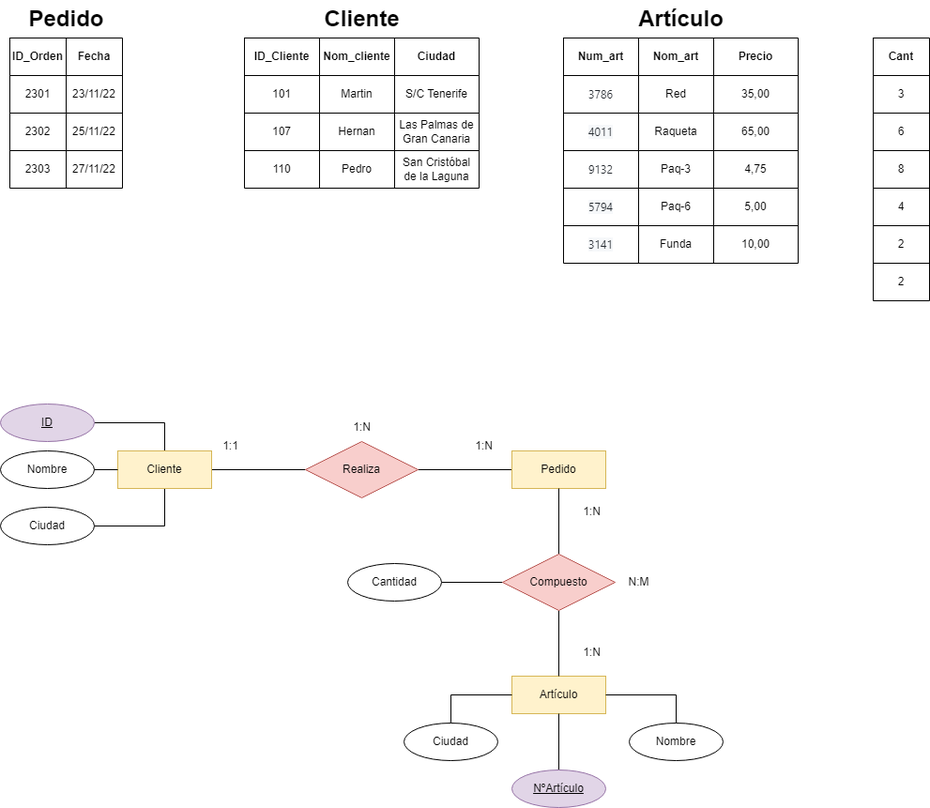
Above: TAREAS/Tarea16/IMG/Normalización5.drawio.png in samugd17/base-datos-bae- (draw.io), before the change. Source tidied: cells renumbered, new cells last; positions are measured from the earlier drawing's top-left corner, leaving out a move shared by most shapes.
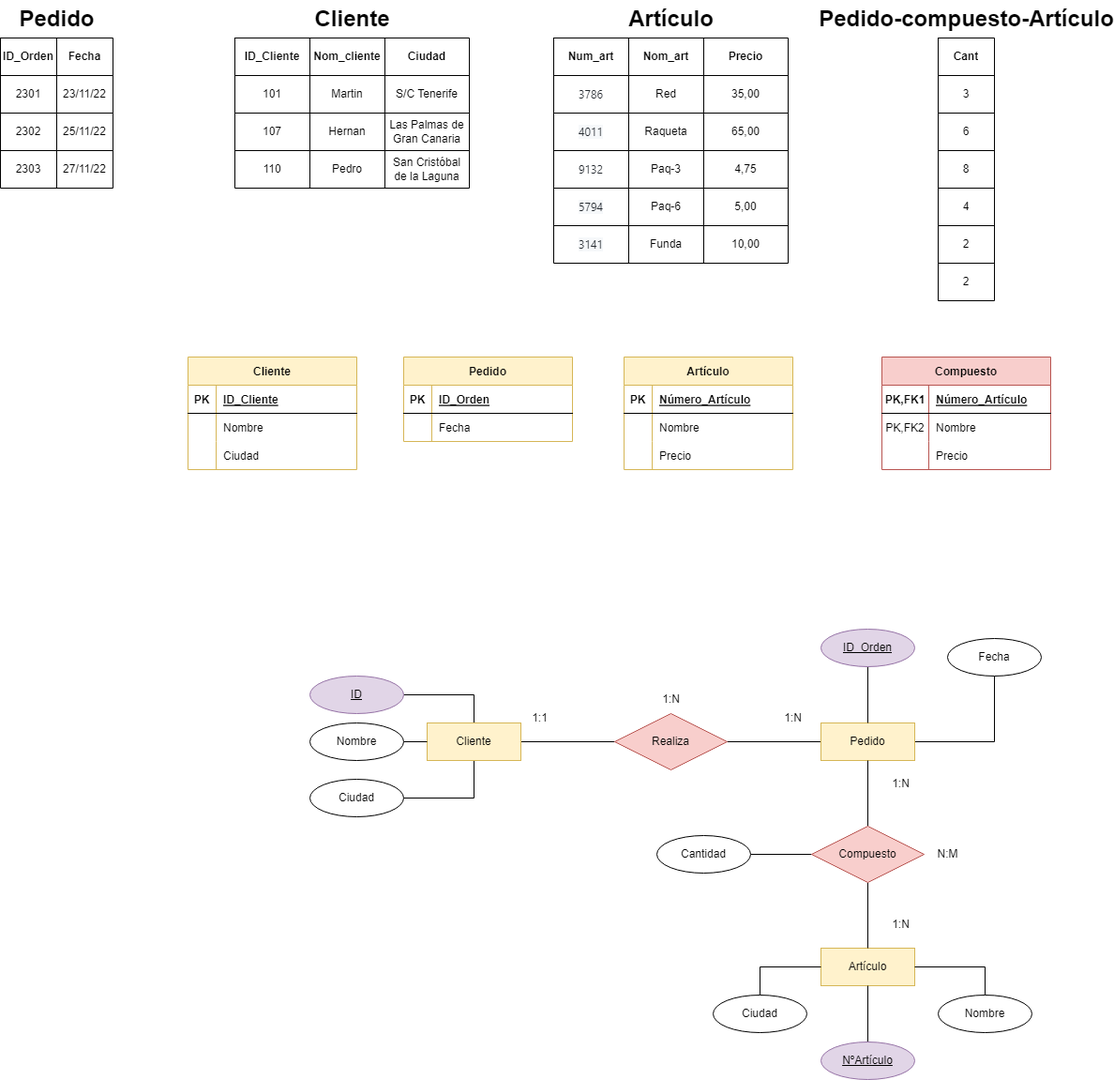
After the change.

Diff of the diagram source:
```diff
@@ -3,16 +3,16 @@
     <mxCell id="0" />
     <mxCell id="1" parent="0" />
     <mxCell id="2" value="Artículo" style="text;strokeColor=none;fillColor=none;html=1;fontSize=24;fontStyle=1;verticalAlign=middle;align=center;" parent="1" vertex="1">
-      <mxGeometry x="675" width="100" height="40" as="geometry" />
+      <mxGeometry x="335" y="-290" width="100" height="40" as="geometry" />
     </mxCell>
     <mxCell id="3" value="Pedido" style="text;strokeColor=none;fillColor=none;html=1;fontSize=24;fontStyle=1;verticalAlign=middle;align=center;" parent="1" vertex="1">
-      <mxGeometry x="20" width="100" height="40" as="geometry" />
+      <mxGeometry x="-320" y="-290" width="100" height="40" as="geometry" />
     </mxCell>
     <mxCell id="4" value="Cliente" style="text;strokeColor=none;fillColor=none;html=1;fontSize=24;fontStyle=1;verticalAlign=middle;align=center;" parent="1" vertex="1">
-      <mxGeometry x="335" width="100" height="40" as="geometry" />
+      <mxGeometry x="-5" y="-290" width="100" height="40" as="geometry" />
     </mxCell>
     <mxCell id="5" style="shape=table;html=1;whiteSpace=wrap;startSize=0;" parent="1" vertex="1">
-      <mxGeometry x="10" y="40" width="120" height="160" as="geometry" />
+      <mxGeometry x="-330" y="-250" width="120" height="160" as="geometry" />
     </mxCell>
     <mxCell id="6" style="shape=tableRow;horizontal=0;startSize=0;swimlaneHead=0;swimlaneBody=0;top=0;left=0;bottom=0;right=0;fillColor=none;" parent="5" vertex="1">
       <mxGeometry width="120" height="40" as="geometry" />
@@ -51,7 +51,7 @@
       <mxGeometry x="60" width="60" height="40" as="geometry" />
     </mxCell>
     <mxCell id="18" style="shape=table;html=1;whiteSpace=wrap;startSize=0;" parent="1" vertex="1">
-      <mxGeometry x="260" y="40" width="250" height="160" as="geometry" />
+      <mxGeometry x="-80" y="-250" width="250" height="160" as="geometry" />
     </mxCell>
     <mxCell id="19" style="shape=tableRow;horizontal=0;startSize=0;swimlaneHead=0;swimlaneBody=0;top=0;left=0;bottom=0;right=0;fillColor=none;" parent="18" vertex="1">
       <mxGeometry width="250" height="40" as="geometry" />
@@ -102,7 +102,7 @@
       <mxGeometry x="160" width="90" height="40" as="geometry" />
     </mxCell>
     <mxCell id="35" style="shape=table;html=1;whiteSpace=wrap;startSize=0;" parent="1" vertex="1">
-      <mxGeometry x="600" y="40" width="250" height="240" as="geometry" />
+      <mxGeometry x="260" y="-250" width="250" height="240" as="geometry" />
     </mxCell>
     <mxCell id="36" style="shape=tableRow;horizontal=0;startSize=0;swimlaneHead=0;swimlaneBody=0;top=0;left=0;bottom=0;right=0;fillColor=none;" parent="35" vertex="1">
       <mxGeometry width="250" height="40" as="geometry" />
@@ -197,6 +197,9 @@
     <mxCell id="66" value="Realiza" style="shape=rhombus;perimeter=rhombusPerimeter;whiteSpace=wrap;html=1;align=center;fillColor=#f8cecc;strokeColor=#b85450;" parent="1" vertex="1">
       <mxGeometry x="325" y="470" width="120" height="60" as="geometry" />
     </mxCell>
+    <mxCell id="104" style="edgeStyle=orthogonalEdgeStyle;rounded=0;jettySize=auto;html=1;entryX=0.5;entryY=1;entryDx=0;entryDy=0;fontSize=12;endArrow=none;endFill=0;" parent="1" edge="1" source="67" target="145">
+      <mxGeometry relative="1" as="geometry" />
+    </mxCell>
     <mxCell id="67" value="Pedido" style="whiteSpace=wrap;html=1;align=center;fillColor=#fff2cc;strokeColor=#d6b656;" parent="1" vertex="1">
       <mxGeometry x="545" y="480" width="100" height="40" as="geometry" />
     </mxCell>
@@ -207,7 +210,7 @@
       <mxGeometry x="370" y="600" width="100" height="40" as="geometry" />
     </mxCell>
     <mxCell id="70" style="shape=table;html=1;whiteSpace=wrap;startSize=0;" parent="1" vertex="1">
-      <mxGeometry x="930" y="40" width="60" height="280" as="geometry" />
+      <mxGeometry x="670" y="-250" width="60" height="280" as="geometry" />
     </mxCell>
     <mxCell id="71" style="shape=tableRow;horizontal=0;startSize=0;swimlaneHead=0;swimlaneBody=0;top=0;left=0;bottom=0;right=0;fillColor=none;" parent="70" vertex="1">
       <mxGeometry width="60" height="40" as="geometry" />
@@ -308,5 +311,128 @@
     <mxCell id="103" value="1:N" style="text;html=1;align=center;verticalAlign=middle;strokeColor=none;fillColor=none;fontSize=12;" parent="1" vertex="1">
       <mxGeometry x="365" y="440" width="40" height="30" as="geometry" />
     </mxCell>
+    <mxCell id="105" value="Pedido-compuesto-Artículo" style="text;strokeColor=none;fillColor=none;html=1;fontSize=24;fontStyle=1;verticalAlign=middle;align=center;" parent="1" vertex="1">
+      <mxGeometry x="650" y="-290" width="100" height="40" as="geometry" />
+    </mxCell>
+    <mxCell id="106" value="Cliente" style="shape=table;startSize=30;rowLines=0;fontStyle=1;align=center;fontSize=12;fillColor=#fff2cc;strokeColor=#d6b656;" parent="1" vertex="1">
+      <mxGeometry x="-130" y="90" width="180" height="120" as="geometry" />
+    </mxCell>
+    <mxCell id="107" style="shape=tableRow;horizontal=0;startSize=0;swimlaneHead=0;swimlaneBody=0;fillColor=none;top=0;left=0;right=0;bottom=1;fontSize=12;" parent="106" vertex="1">
+      <mxGeometry y="30" width="180" height="30" as="geometry" />
+    </mxCell>
+    <mxCell id="108" value="PK" style="shape=partialRectangle;fillColor=none;top=0;left=0;bottom=0;right=0;fontStyle=1;overflow=hidden;fontSize=12;" parent="107" vertex="1">
+      <mxGeometry width="30" height="30" as="geometry" />
+    </mxCell>
+    <mxCell id="109" value="ID_Cliente" style="shape=partialRectangle;fillColor=none;top=0;left=0;bottom=0;right=0;align=left;spacingLeft=6;fontStyle=5;overflow=hidden;fontSize=12;" parent="107" vertex="1">
+      <mxGeometry x="30" width="150" height="30" as="geometry" />
+    </mxCell>
+    <mxCell id="110" style="shape=tableRow;horizontal=0;startSize=0;swimlaneHead=0;swimlaneBody=0;fillColor=none;top=0;left=0;right=0;bottom=0;fontSize=12;" parent="106" vertex="1">
+      <mxGeometry y="60" width="180" height="30" as="geometry" />
+    </mxCell>
+    <mxCell id="111" style="shape=partialRectangle;fillColor=none;top=0;left=0;bottom=0;right=0;overflow=hidden;fontSize=12;" parent="110" vertex="1">
+      <mxGeometry width="30" height="30" as="geometry" />
+    </mxCell>
+    <mxCell id="112" value="Nombre" style="shape=partialRectangle;fillColor=none;top=0;left=0;bottom=0;right=0;align=left;spacingLeft=6;overflow=hidden;fontSize=12;" parent="110" vertex="1">
+      <mxGeometry x="30" width="150" height="30" as="geometry" />
+    </mxCell>
+    <mxCell id="113" style="shape=tableRow;horizontal=0;startSize=0;swimlaneHead=0;swimlaneBody=0;fillColor=none;top=0;left=0;right=0;bottom=0;fontSize=12;" parent="106" vertex="1">
+      <mxGeometry y="90" width="180" height="30" as="geometry" />
+    </mxCell>
+    <mxCell id="114" style="shape=partialRectangle;fillColor=none;top=0;left=0;bottom=0;right=0;overflow=hidden;fontSize=12;" parent="113" vertex="1">
+      <mxGeometry width="30" height="30" as="geometry" />
+    </mxCell>
+    <mxCell id="115" value="Ciudad" style="shape=partialRectangle;fillColor=none;top=0;left=0;bottom=0;right=0;align=left;spacingLeft=6;overflow=hidden;fontSize=12;" parent="113" vertex="1">
+      <mxGeometry x="30" width="150" height="30" as="geometry" />
+    </mxCell>
+    <mxCell id="116" value="Pedido" style="shape=table;startSize=30;rowLines=0;fontStyle=1;align=center;fontSize=12;fillColor=#fff2cc;strokeColor=#d6b656;" parent="1" vertex="1">
+      <mxGeometry x="100" y="90" width="180" height="90" as="geometry" />
+    </mxCell>
+    <mxCell id="117" style="shape=tableRow;horizontal=0;startSize=0;swimlaneHead=0;swimlaneBody=0;fillColor=none;top=0;left=0;right=0;bottom=1;fontSize=12;" parent="116" vertex="1">
+      <mxGeometry y="30" width="180" height="30" as="geometry" />
+    </mxCell>
+    <mxCell id="118" value="PK" style="shape=partialRectangle;fillColor=none;top=0;left=0;bottom=0;right=0;fontStyle=1;overflow=hidden;fontSize=12;" parent="117" vertex="1">
+      <mxGeometry width="30" height="30" as="geometry" />
+    </mxCell>
+    <mxCell id="119" value="ID_Orden" style="shape=partialRectangle;fillColor=none;top=0;left=0;bottom=0;right=0;align=left;spacingLeft=6;fontStyle=5;overflow=hidden;fontSize=12;" parent="117" vertex="1">
+      <mxGeometry x="30" width="150" height="30" as="geometry" />
+    </mxCell>
+    <mxCell id="120" style="shape=tableRow;horizontal=0;startSize=0;swimlaneHead=0;swimlaneBody=0;fillColor=none;top=0;left=0;right=0;bottom=0;fontSize=12;" parent="116" vertex="1">
+      <mxGeometry y="60" width="180" height="30" as="geometry" />
+    </mxCell>
+    <mxCell id="121" style="shape=partialRectangle;fillColor=none;top=0;left=0;bottom=0;right=0;overflow=hidden;fontSize=12;" parent="120" vertex="1">
+      <mxGeometry width="30" height="30" as="geometry" />
+    </mxCell>
+    <mxCell id="122" value="Fecha" style="shape=partialRectangle;fillColor=none;top=0;left=0;bottom=0;right=0;align=left;spacingLeft=6;overflow=hidden;fontSize=12;" parent="120" vertex="1">
+      <mxGeometry x="30" width="150" height="30" as="geometry" />
+    </mxCell>
+    <mxCell id="123" value="Artículo" style="shape=table;startSize=30;rowLines=0;fontStyle=1;align=center;fontSize=12;fillColor=#fff2cc;strokeColor=#d6b656;" parent="1" vertex="1">
+      <mxGeometry x="335" y="90" width="180" height="120" as="geometry" />
+    </mxCell>
+    <mxCell id="124" style="shape=tableRow;horizontal=0;startSize=0;swimlaneHead=0;swimlaneBody=0;fillColor=none;top=0;left=0;right=0;bottom=1;fontSize=12;" parent="123" vertex="1">
+      <mxGeometry y="30" width="180" height="30" as="geometry" />
+    </mxCell>
+    <mxCell id="125" value="PK" style="shape=partialRectangle;fillColor=none;top=0;left=0;bottom=0;right=0;fontStyle=1;overflow=hidden;fontSize=12;" parent="124" vertex="1">
+      <mxGeometry width="30" height="30" as="geometry" />
+    </mxCell>
+    <mxCell id="126" value="Número_Artículo" style="shape=partialRectangle;fillColor=none;top=0;left=0;bottom=0;right=0;align=left;spacingLeft=6;fontStyle=5;overflow=hidden;fontSize=12;" parent="124" vertex="1">
+      <mxGeometry x="30" width="150" height="30" as="geometry" />
+    </mxCell>
+    <mxCell id="127" style="shape=tableRow;horizontal=0;startSize=0;swimlaneHead=0;swimlaneBody=0;fillColor=none;top=0;left=0;right=0;bottom=0;fontSize=12;" parent="123" vertex="1">
+      <mxGeometry y="60" width="180" height="30" as="geometry" />
+    </mxCell>
+    <mxCell id="128" style="shape=partialRectangle;fillColor=none;top=0;left=0;bottom=0;right=0;overflow=hidden;fontSize=12;" parent="127" vertex="1">
+      <mxGeometry width="30" height="30" as="geometry" />
+    </mxCell>
+    <mxCell id="129" value="Nombre" style="shape=partialRectangle;fillColor=none;top=0;left=0;bottom=0;right=0;align=left;spacingLeft=6;overflow=hidden;fontSize=12;" parent="127" vertex="1">
+      <mxGeometry x="30" width="150" height="30" as="geometry" />
+    </mxCell>
+    <mxCell id="130" style="shape=tableRow;horizontal=0;startSize=0;swimlaneHead=0;swimlaneBody=0;fillColor=none;top=0;left=0;right=0;bottom=0;fontSize=12;" parent="123" vertex="1">
+      <mxGeometry y="90" width="180" height="30" as="geometry" />
+    </mxCell>
+    <mxCell id="131" style="shape=partialRectangle;fillColor=none;top=0;left=0;bottom=0;right=0;overflow=hidden;fontSize=12;" parent="130" vertex="1">
+      <mxGeometry width="30" height="30" as="geometry" />
+    </mxCell>
+    <mxCell id="132" value="Precio" style="shape=partialRectangle;fillColor=none;top=0;left=0;bottom=0;right=0;align=left;spacingLeft=6;overflow=hidden;fontSize=12;" parent="130" vertex="1">
+      <mxGeometry x="30" width="150" height="30" as="geometry" />
+    </mxCell>
+    <mxCell id="133" value="Compuesto" style="shape=table;startSize=30;rowLines=0;fontStyle=1;align=center;fontSize=12;fillColor=#f8cecc;strokeColor=#b85450;" parent="1" vertex="1">
+      <mxGeometry x="610" y="90" width="180" height="120" as="geometry" />
+    </mxCell>
+    <mxCell id="134" style="shape=tableRow;horizontal=0;startSize=0;swimlaneHead=0;swimlaneBody=0;fillColor=none;top=0;left=0;right=0;bottom=1;fontSize=12;" parent="133" vertex="1">
+      <mxGeometry y="30" width="180" height="30" as="geometry" />
+    </mxCell>
+    <mxCell id="135" value="PK,FK1" style="shape=partialRectangle;fillColor=none;top=0;left=0;bottom=0;right=0;fontStyle=1;overflow=hidden;fontSize=12;" parent="134" vertex="1">
+      <mxGeometry width="50" height="30" as="geometry" />
+    </mxCell>
+    <mxCell id="136" value="Número_Artículo" style="shape=partialRectangle;fillColor=none;top=0;left=0;bottom=0;right=0;align=left;spacingLeft=6;fontStyle=5;overflow=hidden;fontSize=12;" parent="134" vertex="1">
+      <mxGeometry x="50" width="130" height="30" as="geometry" />
+    </mxCell>
+    <mxCell id="137" style="shape=tableRow;horizontal=0;startSize=0;swimlaneHead=0;swimlaneBody=0;fillColor=none;top=0;left=0;right=0;bottom=0;fontSize=12;" parent="133" vertex="1">
+      <mxGeometry y="60" width="180" height="30" as="geometry" />
+    </mxCell>
+    <mxCell id="138" value="PK,FK2" style="shape=partialRectangle;fillColor=none;top=0;left=0;bottom=0;right=0;overflow=hidden;fontSize=12;" parent="137" vertex="1">
+      <mxGeometry width="50" height="30" as="geometry" />
+    </mxCell>
+    <mxCell id="139" value="Nombre" style="shape=partialRectangle;fillColor=none;top=0;left=0;bottom=0;right=0;align=left;spacingLeft=6;overflow=hidden;fontSize=12;" parent="137" vertex="1">
+      <mxGeometry x="50" width="130" height="30" as="geometry" />
+    </mxCell>
+    <mxCell id="140" style="shape=tableRow;horizontal=0;startSize=0;swimlaneHead=0;swimlaneBody=0;fillColor=none;top=0;left=0;right=0;bottom=0;fontSize=12;" parent="133" vertex="1">
+      <mxGeometry y="90" width="180" height="30" as="geometry" />
+    </mxCell>
+    <mxCell id="141" style="shape=partialRectangle;fillColor=none;top=0;left=0;bottom=0;right=0;overflow=hidden;fontSize=12;" parent="140" vertex="1">
+      <mxGeometry width="50" height="30" as="geometry" />
+    </mxCell>
+    <mxCell id="142" value="Precio" style="shape=partialRectangle;fillColor=none;top=0;left=0;bottom=0;right=0;align=left;spacingLeft=6;overflow=hidden;fontSize=12;" parent="140" vertex="1">
+      <mxGeometry x="50" width="130" height="30" as="geometry" />
+    </mxCell>
+    <mxCell id="143" style="edgeStyle=orthogonalEdgeStyle;rounded=0;jettySize=auto;html=1;entryX=0.5;entryY=0;entryDx=0;entryDy=0;fontSize=12;endArrow=none;endFill=0;" parent="1" edge="1" source="144" target="67">
+      <mxGeometry relative="1" as="geometry" />
+    </mxCell>
+    <mxCell id="144" value="ID_Orden" style="ellipse;whiteSpace=wrap;html=1;align=center;fontStyle=4;fillColor=#e1d5e7;strokeColor=#9673a6;" parent="1" vertex="1">
+      <mxGeometry x="545" y="380" width="100" height="40" as="geometry" />
+    </mxCell>
+    <mxCell id="145" value="Fecha" style="ellipse;whiteSpace=wrap;html=1;align=center;fontSize=12;" parent="1" vertex="1">
+      <mxGeometry x="680" y="390" width="100" height="40" as="geometry" />
+    </mxCell>
   </root>
 </mxGraphModel>
```
